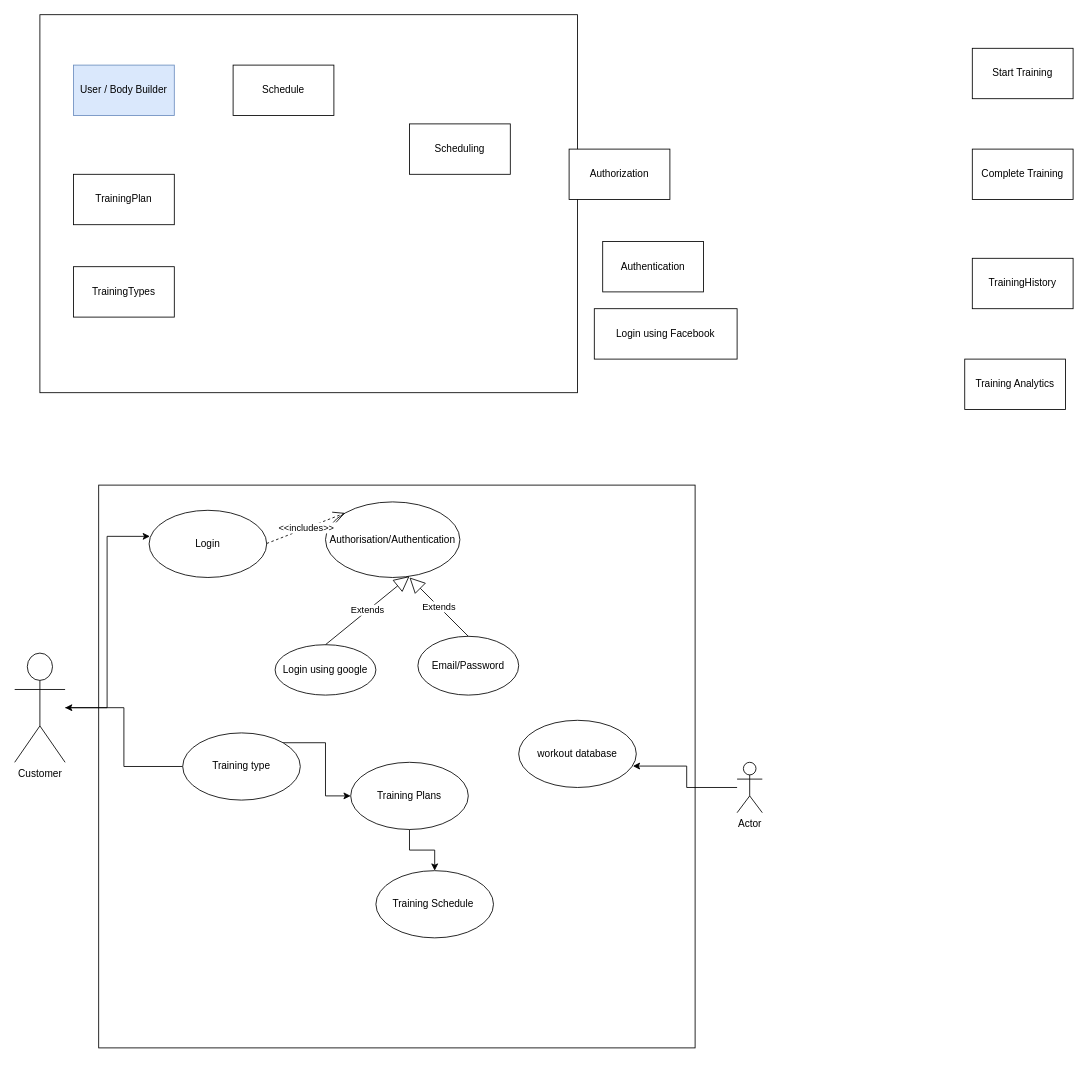
Above: LiftersClub.drawio in Tosinfamzy/theliftersclub (draw.io), before the change. Source tidied: cells renumbered, new cells numbered last; positions are measured from the earlier drawing's top-left corner, leaving out a move shared by most shapes. Both pictures are drawn from the tidied source at 84%, with x=0, y=0 at pixel (14, 14).
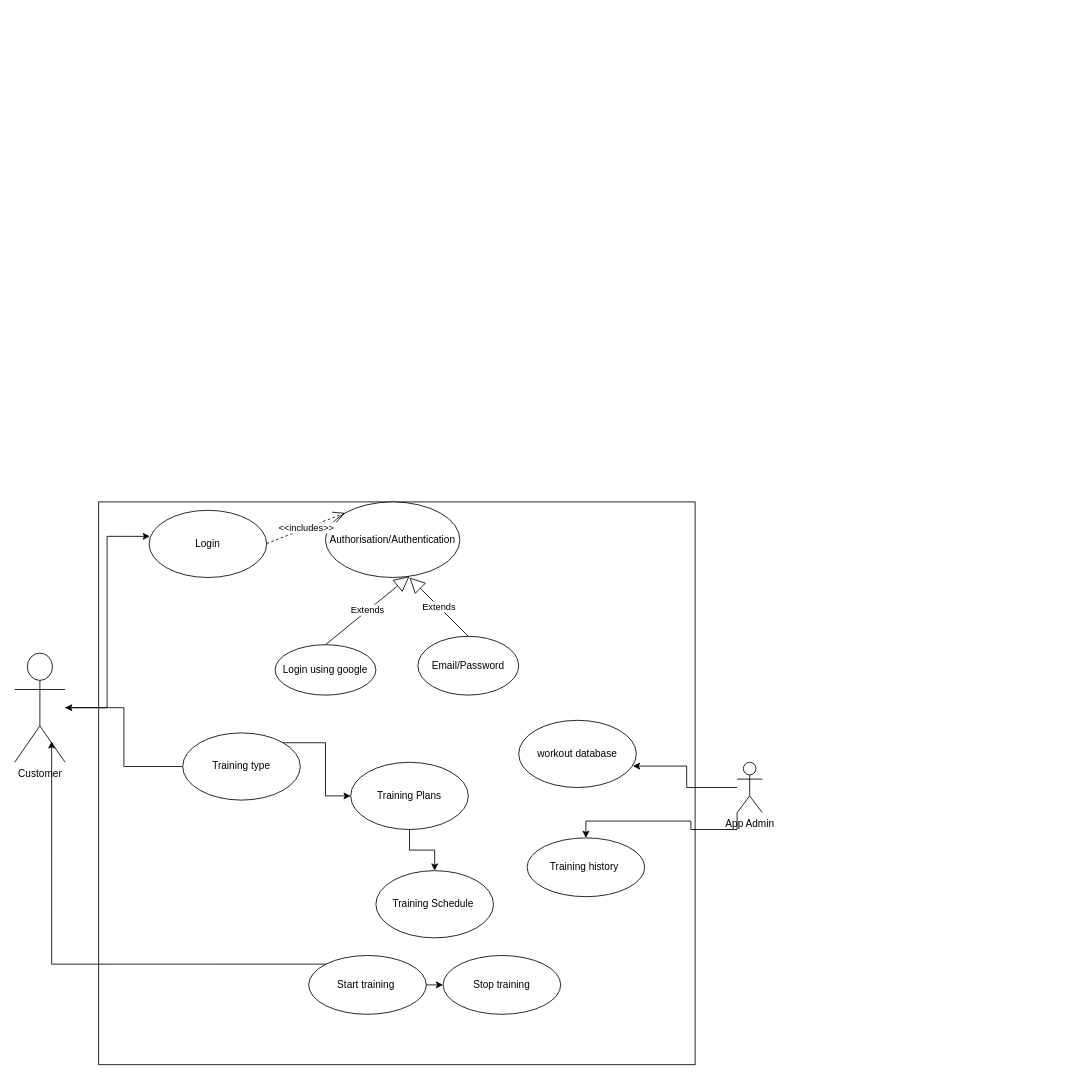
The same diagram, later.

Unchanged cells that the change refers to:
```xml
<mxCell id="28" value="Customer" style="shape=umlActor;verticalLabelPosition=bottom;verticalAlign=top;html=1;" parent="1" vertex="1">
  <mxGeometry y="760" width="60" height="130" as="geometry" />
</mxCell>
```

What changed in the source:
```diff
@@
-    <mxCell id="2" style="rounded=0;whiteSpace=wrap;html=1;" parent="1" vertex="1">
-      <mxGeometry x="30" width="640" height="450" as="geometry" />
-    </mxCell>
-    <mxCell id="3" value="User / Body Builder" style="rounded=0;whiteSpace=wrap;html=1;fillColor=#dae8fc;strokeColor=#6c8ebf;" parent="1" vertex="1">
-      <mxGeometry x="70" y="60" width="120" height="60" as="geometry" />
-    </mxCell>
-    <mxCell id="4" value="Schedule" style="rounded=0;whiteSpace=wrap;html=1;" parent="1" vertex="1">
-      <mxGeometry x="260" y="60" width="120" height="60" as="geometry" />
-    </mxCell>
-    <mxCell id="5" value="Scheduling" style="rounded=0;whiteSpace=wrap;html=1;" parent="1" vertex="1">
-      <mxGeometry x="470" y="130" width="120" height="60" as="geometry" />
-    </mxCell>
-    <mxCell id="6" value="TrainingPlan" style="rounded=0;whiteSpace=wrap;html=1;" parent="1" vertex="1">
-      <mxGeometry x="70" y="190" width="120" height="60" as="geometry" />
-    </mxCell>
-    <mxCell id="7" value="TrainingTypes" style="rounded=0;whiteSpace=wrap;html=1;" parent="1" vertex="1">
-      <mxGeometry x="70" y="300" width="120" height="60" as="geometry" />
-    </mxCell>
-    <mxCell id="8" value="Start Training" style="rounded=0;whiteSpace=wrap;html=1;" parent="1" vertex="1">
-      <mxGeometry x="1140" y="40" width="120" height="60" as="geometry" />
-    </mxCell>
-    <mxCell id="9" value="Complete Training" style="rounded=0;whiteSpace=wrap;html=1;" parent="1" vertex="1">
-      <mxGeometry x="1140" y="160" width="120" height="60" as="geometry" />
-    </mxCell>
-    <mxCell id="10" value="TrainingHistory" style="rounded=0;whiteSpace=wrap;html=1;" parent="1" vertex="1">
-      <mxGeometry x="1140" y="290" width="120" height="60" as="geometry" />
-    </mxCell>
-    <mxCell id="11" value="Training Analytics" style="rounded=0;whiteSpace=wrap;html=1;" parent="1" vertex="1">
-      <mxGeometry x="1131" y="410" width="120" height="60" as="geometry" />
-    </mxCell>
-    <mxCell id="12" value="Authentication" style="rounded=0;whiteSpace=wrap;html=1;" parent="1" vertex="1">
-      <mxGeometry x="700" y="270" width="120" height="60" as="geometry" />
-    </mxCell>
-    <mxCell id="13" value="Authorization" style="rounded=0;whiteSpace=wrap;html=1;" parent="1" vertex="1">
-      <mxGeometry x="660" y="160" width="120" height="60" as="geometry" />
-    </mxCell>
-    <mxCell id="14" value="Login using Facebook" style="rounded=0;whiteSpace=wrap;html=1;" parent="1" vertex="1">
-      <mxGeometry x="690" y="350" width="170" height="60" as="geometry" />
-    </mxCell>
     <mxCell id="15" style="rounded=0;whiteSpace=wrap;html=1;" parent="1" vertex="1">
-      <mxGeometry x="100" y="560" width="710" height="670" as="geometry" />
+      <mxGeometry x="100" y="580" width="710" height="670" as="geometry" />
     </mxCell>
@@
+    <mxCell id="34" style="edgeStyle=orthogonalEdgeStyle;rounded=0;jettySize=auto;html=1;exitX=0;exitY=1;exitDx=0;exitDy=0;exitPerimeter=0;" parent="1" edge="1" source="30" target="39">
+      <mxGeometry relative="1" as="geometry" />
+    </mxCell>
-    <mxCell id="30" value="Actor" style="shape=umlActor;verticalLabelPosition=bottom;verticalAlign=top;html=1;" parent="1" vertex="1">
+    <mxCell id="30" value="App Admin" style="shape=umlActor;verticalLabelPosition=bottom;verticalAlign=top;html=1;" parent="1" vertex="1">
       <mxGeometry x="860" y="890" width="30" height="60" as="geometry" />
     </mxCell>
@@
+    <mxCell id="35" style="edgeStyle=orthogonalEdgeStyle;rounded=0;jettySize=auto;html=1;exitX=0;exitY=0;exitDx=0;exitDy=0;entryX=0.733;entryY=0.808;entryDx=0;entryDy=0;entryPerimeter=0;" parent="1" edge="1" source="37" target="28">
+      <mxGeometry relative="1" as="geometry" />
+    </mxCell>
+    <mxCell id="36" style="edgeStyle=orthogonalEdgeStyle;rounded=0;jettySize=auto;html=1;exitX=1;exitY=0.5;exitDx=0;exitDy=0;entryX=0;entryY=0.5;entryDx=0;entryDy=0;" parent="1" edge="1" source="37" target="38">
+      <mxGeometry relative="1" as="geometry" />
+    </mxCell>
+    <mxCell id="37" value="Start training&amp;nbsp;" style="ellipse;whiteSpace=wrap;html=1;" parent="1" vertex="1">
+      <mxGeometry x="350" y="1120" width="140" height="70" as="geometry" />
+    </mxCell>
+    <mxCell id="38" value="Stop training" style="ellipse;whiteSpace=wrap;html=1;" parent="1" vertex="1">
+      <mxGeometry x="510" y="1120" width="140" height="70" as="geometry" />
+    </mxCell>
+    <mxCell id="39" value="Training history&amp;nbsp;" style="ellipse;whiteSpace=wrap;html=1;" parent="1" vertex="1">
+      <mxGeometry x="610" y="980" width="140" height="70" as="geometry" />
+    </mxCell>
```
